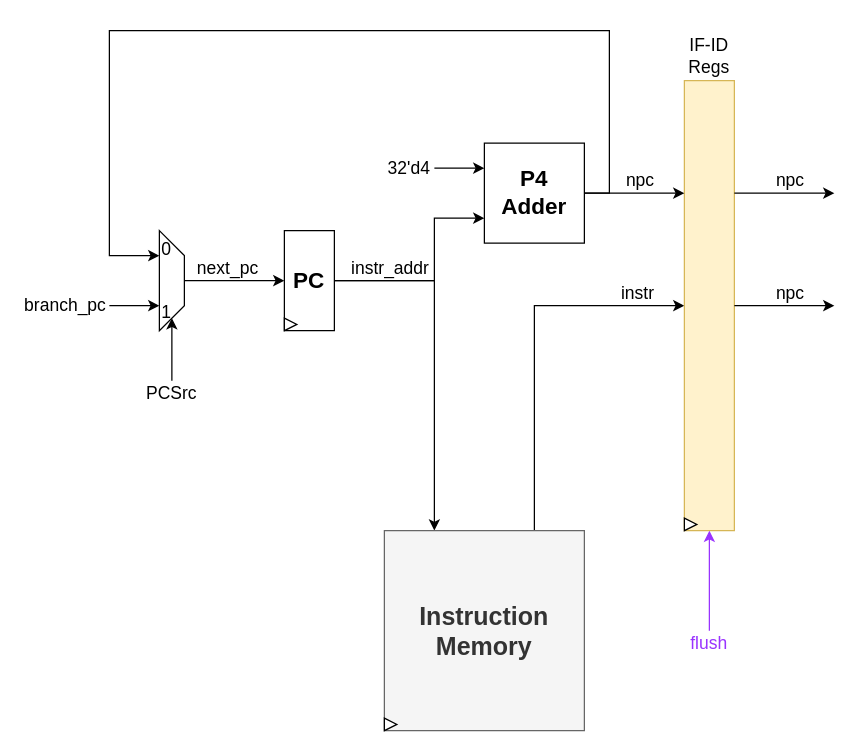
This is page "IF" (5 of 16) of docs/dlx_architecture.drawio from lorenzobadas/DLX, a draw.io file, before an edit. Source tidied: cells renumbered, new cells numbered last; positions are measured from the earlier drawing's top-left corner, leaving out a move shared by most shapes. Both pictures are drawn from the tidied source at 125%, with x=0, y=0 at pixel (21, 30).
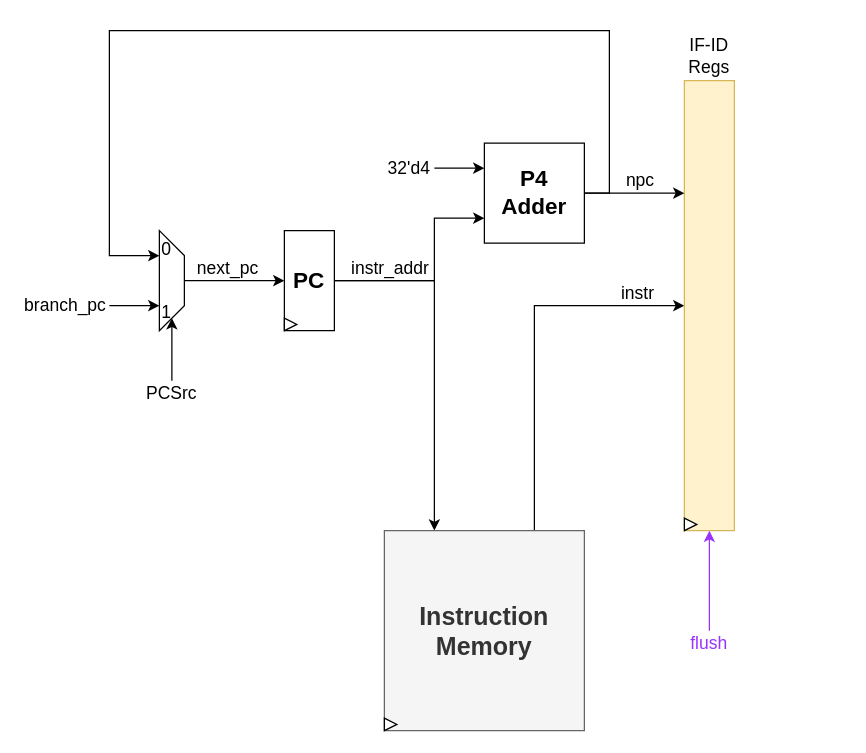
Above is the later version.

What changed in the source:
```diff
@@
-    <mxCell id="29" style="edgeStyle=orthogonalEdgeStyle;rounded=0;orthogonalLoop=1;jettySize=auto;html=1;exitX=1;exitY=0.5;exitDx=0;exitDy=0;endSize=6;fontSize=14;entryX=0;entryY=0.25;entryDx=0;entryDy=0;" parent="1" edge="1">
-      <mxGeometry relative="1" as="geometry">
-        <mxPoint x="570" y="130" as="sourcePoint" />
-        <mxPoint x="650" y="130" as="targetPoint" />
-      </mxGeometry>
-    </mxCell>
-    <mxCell id="30" value="npc" style="text;html=1;align=center;verticalAlign=middle;whiteSpace=wrap;rounded=0;fontSize=14;" parent="1" vertex="1">
-      <mxGeometry x="590" y="110" width="50" height="20" as="geometry" />
-    </mxCell>
-    <mxCell id="31" style="edgeStyle=orthogonalEdgeStyle;rounded=0;orthogonalLoop=1;jettySize=auto;html=1;exitX=1;exitY=0.5;exitDx=0;exitDy=0;endSize=6;fontSize=14;entryX=0;entryY=0.25;entryDx=0;entryDy=0;" parent="1" edge="1">
-      <mxGeometry relative="1" as="geometry">
-        <mxPoint x="570" y="220" as="sourcePoint" />
-        <mxPoint x="650" y="220" as="targetPoint" />
-      </mxGeometry>
-    </mxCell>
-    <mxCell id="32" value="npc" style="text;html=1;align=center;verticalAlign=middle;whiteSpace=wrap;rounded=0;fontSize=14;" parent="1" vertex="1">
-      <mxGeometry x="590" y="200" width="50" height="20" as="geometry" />
-    </mxCell>
```
